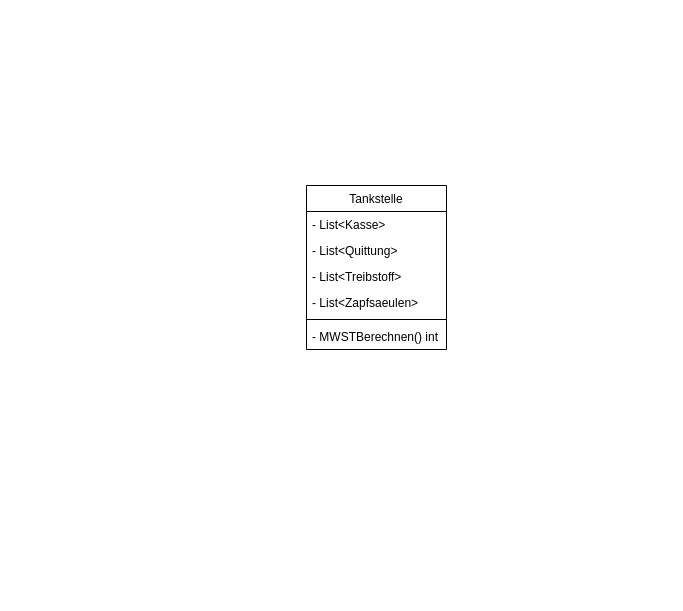
Before: Grundidee.drawio in ChnNumberOne/gasoline, a draw.io diagram. Source tidied: cells renumbered, new cells numbered last; positions are measured from the earlier drawing's top-left corner, leaving out a move shared by most shapes. Both pictures are drawn from the tidied source at 100%, with x=0, y=0 at pixel (306, 185).
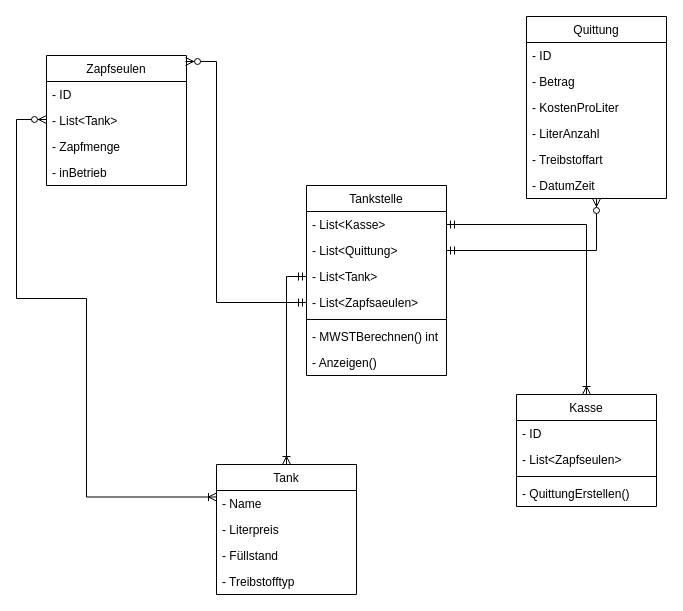
The same diagram, later.

The change refers to these unchanged cells:
```xml
<mxCell id="3" value="- List&lt;Kasse&gt;" style="text;strokeColor=none;fillColor=none;align=left;verticalAlign=top;spacingLeft=4;spacingRight=4;overflow=hidden;points=[[0,0.5],[1,0.5]];portConstraint=eastwest;" parent="2" vertex="1">
  <mxGeometry y="26" width="140" height="26" as="geometry" />
</mxCell>
<mxCell id="4" value="- List&lt;Quittung&gt;" style="text;strokeColor=none;fillColor=none;align=left;verticalAlign=top;spacingLeft=4;spacingRight=4;overflow=hidden;points=[[0,0.5],[1,0.5]];portConstraint=eastwest;" parent="2" vertex="1">
  <mxGeometry y="52" width="140" height="26" as="geometry" />
</mxCell>
<mxCell id="6" value="- List&lt;Zapfsaeulen&gt;" style="text;strokeColor=none;fillColor=none;align=left;verticalAlign=top;spacingLeft=4;spacingRight=4;overflow=hidden;points=[[0,0.5],[1,0.5]];portConstraint=eastwest;" parent="2" vertex="1">
  <mxGeometry y="104" width="140" height="26" as="geometry" />
</mxCell>
```

What changed in the source:
```diff
@@
     <mxCell id="2" value="Tankstelle" style="swimlane;fontStyle=0;horizontal=1;startSize=26;fillColor=none;" parent="1" vertex="1">
-      <mxGeometry width="140" height="164" as="geometry" />
+      <mxGeometry width="140" height="190" as="geometry" />
     </mxCell>
@@
-    <mxCell id="5" value="- List&lt;Treibstoff&gt;" style="text;strokeColor=none;fillColor=none;align=left;verticalAlign=top;spacingLeft=4;spacingRight=4;overflow=hidden;points=[[0,0.5],[1,0.5]];portConstraint=eastwest;" parent="2" vertex="1">
+    <mxCell id="5" value="- List&lt;Tank&gt;" style="text;strokeColor=none;fillColor=none;align=left;verticalAlign=top;spacingLeft=4;spacingRight=4;overflow=hidden;points=[[0,0.5],[1,0.5]];portConstraint=eastwest;" parent="2" vertex="1">
       <mxGeometry y="78" width="140" height="26" as="geometry" />
     </mxCell>
@@
+    <mxCell id="9" value="- Anzeigen()" style="text;strokeColor=none;fillColor=none;align=left;verticalAlign=top;spacingLeft=4;spacingRight=4;overflow=hidden;" parent="2" vertex="1">
+      <mxGeometry y="164" width="140" height="26" as="geometry" />
+    </mxCell>
+    <mxCell id="10" value="Quittung" style="swimlane;fontStyle=0;horizontal=1;startSize=26;fillColor=none;" parent="1" vertex="1">
+      <mxGeometry x="220" y="-169" width="140" height="182" as="geometry" />
+    </mxCell>
+    <mxCell id="11" value="- ID" style="text;strokeColor=none;fillColor=none;align=left;verticalAlign=top;spacingLeft=4;spacingRight=4;overflow=hidden;" parent="10" vertex="1">
+      <mxGeometry y="26" width="140" height="26" as="geometry" />
+    </mxCell>
+    <mxCell id="12" value="- Betrag" style="text;strokeColor=none;fillColor=none;align=left;verticalAlign=top;spacingLeft=4;spacingRight=4;overflow=hidden;" parent="10" vertex="1">
+      <mxGeometry y="52" width="140" height="26" as="geometry" />
+    </mxCell>
+    <mxCell id="13" value="- KostenProLiter" style="text;strokeColor=none;fillColor=none;align=left;verticalAlign=top;spacingLeft=4;spacingRight=4;overflow=hidden;" parent="10" vertex="1">
+      <mxGeometry y="78" width="140" height="26" as="geometry" />
+    </mxCell>
+    <mxCell id="14" value="- LiterAnzahl" style="text;strokeColor=none;fillColor=none;align=left;verticalAlign=top;spacingLeft=4;spacingRight=4;overflow=hidden;" parent="10" vertex="1">
+      <mxGeometry y="104" width="140" height="26" as="geometry" />
+    </mxCell>
+    <mxCell id="15" value="- Treibstoffart" style="text;strokeColor=none;fillColor=none;align=left;verticalAlign=top;spacingLeft=4;spacingRight=4;overflow=hidden;" parent="10" vertex="1">
+      <mxGeometry y="130" width="140" height="26" as="geometry" />
+    </mxCell>
+    <mxCell id="16" value="- DatumZeit" style="text;strokeColor=none;fillColor=none;align=left;verticalAlign=top;spacingLeft=4;spacingRight=4;overflow=hidden;" parent="10" vertex="1">
+      <mxGeometry y="156" width="140" height="26" as="geometry" />
+    </mxCell>
+    <mxCell id="17" value="Kasse" style="swimlane;fontStyle=0;horizontal=1;startSize=26;fillColor=none;" parent="1" vertex="1">
+      <mxGeometry x="210" y="209" width="140" height="112" as="geometry" />
+    </mxCell>
+    <mxCell id="18" value="- ID" style="text;strokeColor=none;fillColor=none;align=left;verticalAlign=top;spacingLeft=4;spacingRight=4;overflow=hidden;" parent="17" vertex="1">
+      <mxGeometry y="26" width="140" height="26" as="geometry" />
+    </mxCell>
+    <mxCell id="19" value="- List&lt;Zapfseulen&gt;" style="text;strokeColor=none;fillColor=none;align=left;verticalAlign=top;spacingLeft=4;spacingRight=4;overflow=hidden;" parent="17" vertex="1">
+      <mxGeometry y="52" width="140" height="26" as="geometry" />
+    </mxCell>
+    <mxCell id="20" style="line;strokeWidth=1;fillColor=none;align=left;verticalAlign=middle;spacingTop=-1;spacingLeft=3;spacingRight=3;labelPosition=right;" parent="17" vertex="1">
+      <mxGeometry y="78" width="140" height="8" as="geometry" />
+    </mxCell>
+    <mxCell id="21" value="- QuittungErstellen()" style="text;strokeColor=none;fillColor=none;align=left;verticalAlign=top;spacingLeft=4;spacingRight=4;overflow=hidden;" parent="17" vertex="1">
+      <mxGeometry y="86" width="140" height="26" as="geometry" />
+    </mxCell>
+    <mxCell id="22" style="edgeStyle=orthogonalEdgeStyle;rounded=0;jettySize=auto;html=1;endArrow=ERzeroToMany;endFill=1;startArrow=ERmandOne;startFill=0;" parent="1" edge="1" source="4" target="10">
+      <mxGeometry relative="1" as="geometry" />
+    </mxCell>
+    <mxCell id="23" style="edgeStyle=orthogonalEdgeStyle;rounded=0;jettySize=auto;html=1;startArrow=ERmandOne;startFill=0;endArrow=ERoneToMany;endFill=0;" parent="1" edge="1" source="3" target="17">
+      <mxGeometry relative="1" as="geometry" />
+    </mxCell>
+    <mxCell id="24" value="Tank" style="swimlane;fontStyle=0;horizontal=1;startSize=26;fillColor=none;" parent="1" vertex="1">
+      <mxGeometry x="-90" y="279" width="140" height="130" as="geometry" />
+    </mxCell>
+    <mxCell id="25" value="- Name" style="text;strokeColor=none;fillColor=none;align=left;verticalAlign=top;spacingLeft=4;spacingRight=4;overflow=hidden;" parent="24" vertex="1">
+      <mxGeometry y="26" width="140" height="26" as="geometry" />
+    </mxCell>
+    <mxCell id="26" value="- Literpreis" style="text;strokeColor=none;fillColor=none;align=left;verticalAlign=top;spacingLeft=4;spacingRight=4;overflow=hidden;" parent="24" vertex="1">
+      <mxGeometry y="52" width="140" height="26" as="geometry" />
+    </mxCell>
+    <mxCell id="27" value="- Füllstand" style="text;strokeColor=none;fillColor=none;align=left;verticalAlign=top;spacingLeft=4;spacingRight=4;overflow=hidden;" parent="24" vertex="1">
+      <mxGeometry y="78" width="140" height="26" as="geometry" />
+    </mxCell>
+    <mxCell id="28" value="- Treibstofftyp" style="text;strokeColor=none;fillColor=none;align=left;verticalAlign=top;spacingLeft=4;spacingRight=4;overflow=hidden;" parent="24" vertex="1">
+      <mxGeometry y="104" width="140" height="26" as="geometry" />
+    </mxCell>
+    <mxCell id="29" style="edgeStyle=orthogonalEdgeStyle;rounded=0;jettySize=auto;html=1;entryX=0.5;entryY=0;entryDx=0;entryDy=0;startArrow=ERmandOne;startFill=0;endArrow=ERoneToMany;endFill=0;" parent="1" edge="1" source="5" target="24">
+      <mxGeometry relative="1" as="geometry" />
+    </mxCell>
+    <mxCell id="30" value="Zapfseulen" style="swimlane;fontStyle=0;horizontal=1;startSize=26;fillColor=none;" parent="1" vertex="1">
+      <mxGeometry x="-260" y="-130" width="140" height="130" as="geometry" />
+    </mxCell>
+    <mxCell id="31" value="- ID" style="text;strokeColor=none;fillColor=none;align=left;verticalAlign=top;spacingLeft=4;spacingRight=4;overflow=hidden;" parent="30" vertex="1">
+      <mxGeometry y="26" width="140" height="26" as="geometry" />
+    </mxCell>
+    <mxCell id="32" value="- List&lt;Tank&gt;" style="text;strokeColor=none;fillColor=none;align=left;verticalAlign=top;spacingLeft=4;spacingRight=4;overflow=hidden;points=[[0,0.5],[1,0.5]];portConstraint=eastwest;" parent="30" vertex="1">
+      <mxGeometry y="52" width="140" height="26" as="geometry" />
+    </mxCell>
+    <mxCell id="33" value="- Zapfmenge" style="text;strokeColor=none;fillColor=none;align=left;verticalAlign=top;spacingLeft=4;spacingRight=4;overflow=hidden;" parent="30" vertex="1">
+      <mxGeometry y="78" width="140" height="26" as="geometry" />
+    </mxCell>
+    <mxCell id="34" value="- inBetrieb" style="text;strokeColor=none;fillColor=none;align=left;verticalAlign=top;spacingLeft=4;spacingRight=4;overflow=hidden;" parent="30" vertex="1">
+      <mxGeometry y="104" width="140" height="26" as="geometry" />
+    </mxCell>
+    <mxCell id="35" style="edgeStyle=orthogonalEdgeStyle;rounded=0;jettySize=auto;html=1;entryX=0.993;entryY=0.046;entryDx=0;entryDy=0;entryPerimeter=0;startArrow=ERmandOne;startFill=0;endArrow=ERzeroToMany;endFill=1;" parent="1" edge="1" source="6" target="30">
+      <mxGeometry relative="1" as="geometry">
+        <Array as="points">
+          <mxPoint x="-90" y="117" />
+          <mxPoint x="-90" y="-124" />
+        </Array>
+      </mxGeometry>
+    </mxCell>
+    <mxCell id="36" style="edgeStyle=orthogonalEdgeStyle;rounded=0;jettySize=auto;html=1;entryX=0;entryY=0.25;entryDx=0;entryDy=0;startArrow=ERzeroToMany;startFill=1;endArrow=ERoneToMany;endFill=0;" parent="1" edge="1" source="32" target="24">
+      <mxGeometry relative="1" as="geometry">
+        <Array as="points">
+          <mxPoint x="-290" y="-66" />
+          <mxPoint x="-290" y="113" />
+          <mxPoint x="-220" y="113" />
+          <mxPoint x="-220" y="312" />
+        </Array>
+      </mxGeometry>
+    </mxCell>
```
